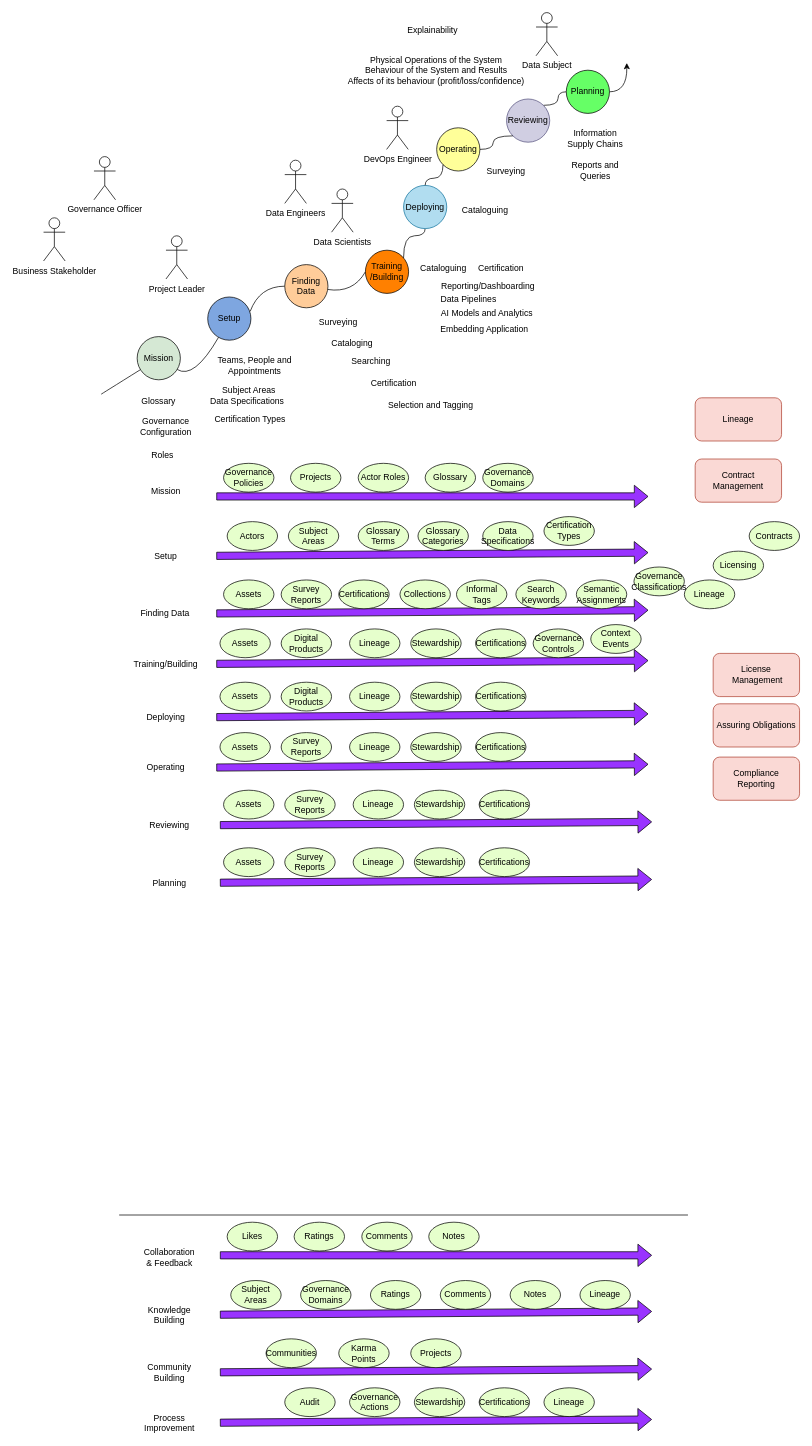
Before: page "overview" (1 of 2) of site/docs/governance-solutions/data-and-ai-lifecycle-management/data-and-ai-lifecycle-management.drawio in odpi/egeria-docs, a draw.io diagram. Source tidied: cells renumbered, new cells numbered last; positions are measured from the earlier drawing's top-left corner, leaving out a move shared by most shapes. Both pictures are drawn from the tidied source at 72%, with x=0, y=0 at pixel (43, 12).
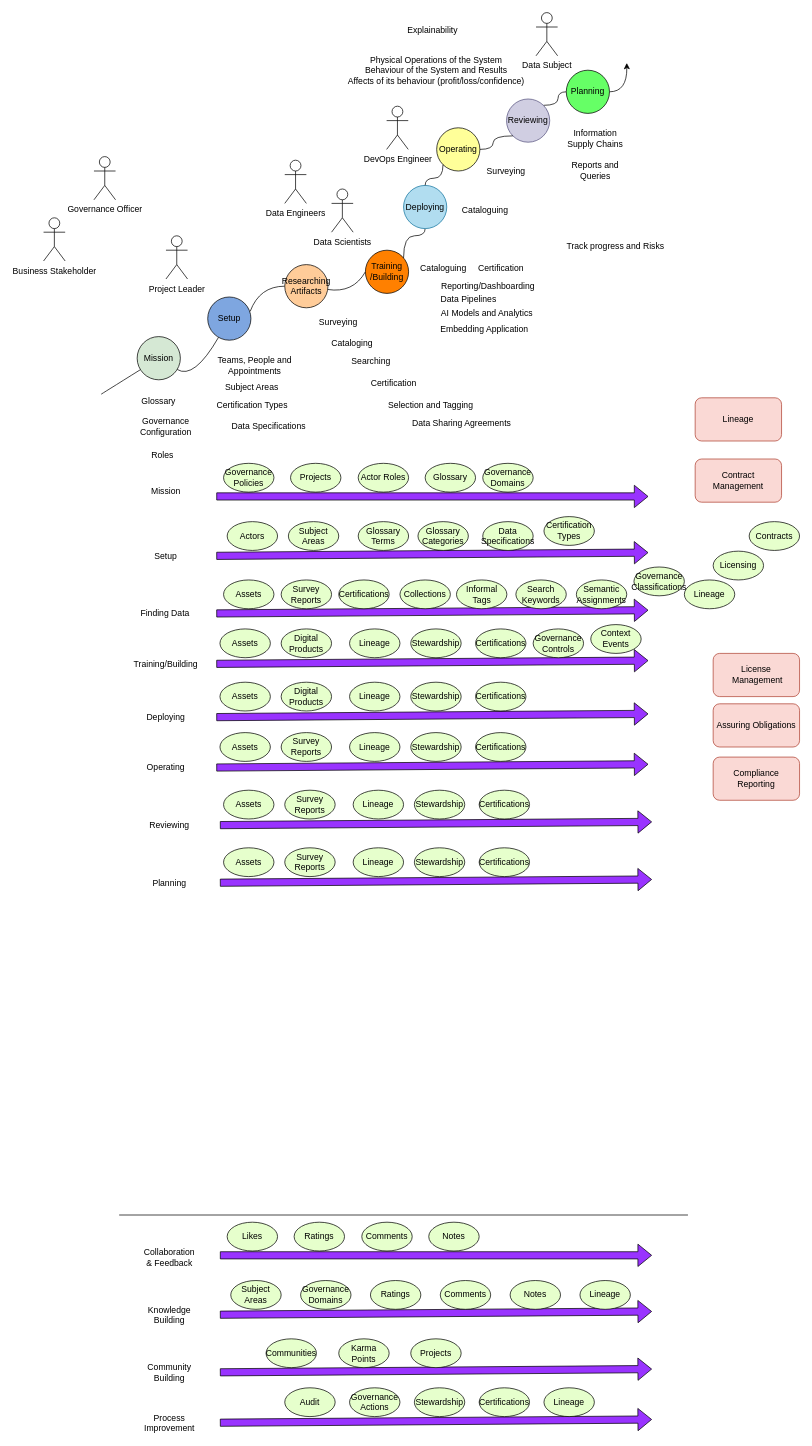
The same page after the edit.

The edit, as a diff of the source:
```diff
@@
-    <mxCell id="9" value="Finding Data" style="ellipse;whiteSpace=wrap;html=1;fillColor=#FFCC99;" parent="1" vertex="1">
+    <mxCell id="9" value="Researching Artifacts" style="ellipse;whiteSpace=wrap;html=1;fillColor=#FFCC99;" parent="1" vertex="1">
       <mxGeometry x="335" y="350" width="60" height="60" as="geometry" />
     </mxCell>
@@
     <mxCell id="47" value="Subject Areas" style="text;html=1;strokeColor=none;fillColor=none;align=center;verticalAlign=middle;whiteSpace=wrap;rounded=0;" parent="1" vertex="1">
-      <mxGeometry x="240" y="510" width="91" height="30" as="geometry" />
+      <mxGeometry x="244" y="505" width="91" height="30" as="geometry" />
     </mxCell>
@@
     <mxCell id="52" value="Data Specifications" style="text;html=1;strokeColor=none;fillColor=none;align=center;verticalAlign=middle;whiteSpace=wrap;rounded=0;" parent="1" vertex="1">
-      <mxGeometry x="230" y="525" width="106" height="30" as="geometry" />
+      <mxGeometry x="260" y="560" width="106" height="30" as="geometry" />
     </mxCell>
@@
     <mxCell id="56" value="Certification Types" style="text;html=1;strokeColor=none;fillColor=none;align=center;verticalAlign=middle;whiteSpace=wrap;rounded=0;" parent="1" vertex="1">
-      <mxGeometry x="234" y="550" width="106" height="30" as="geometry" />
+      <mxGeometry x="237" y="530" width="106" height="30" as="geometry" />
     </mxCell>
@@
+    <mxCell id="147" value="Data Sharing Agreements&amp;nbsp;" style="text;html=1;align=center;verticalAlign=middle;strokeColor=none;fillColor=none;" parent="1" vertex="1">
+      <mxGeometry x="502" y="555" width="160" height="30" as="geometry" />
+    </mxCell>
+    <mxCell id="148" value="Track progress and Risks" style="text;html=1;align=center;verticalAlign=middle;strokeColor=none;fillColor=none;" parent="1" vertex="1">
+      <mxGeometry x="714" y="310" width="160" height="30" as="geometry" />
+    </mxCell>
```
